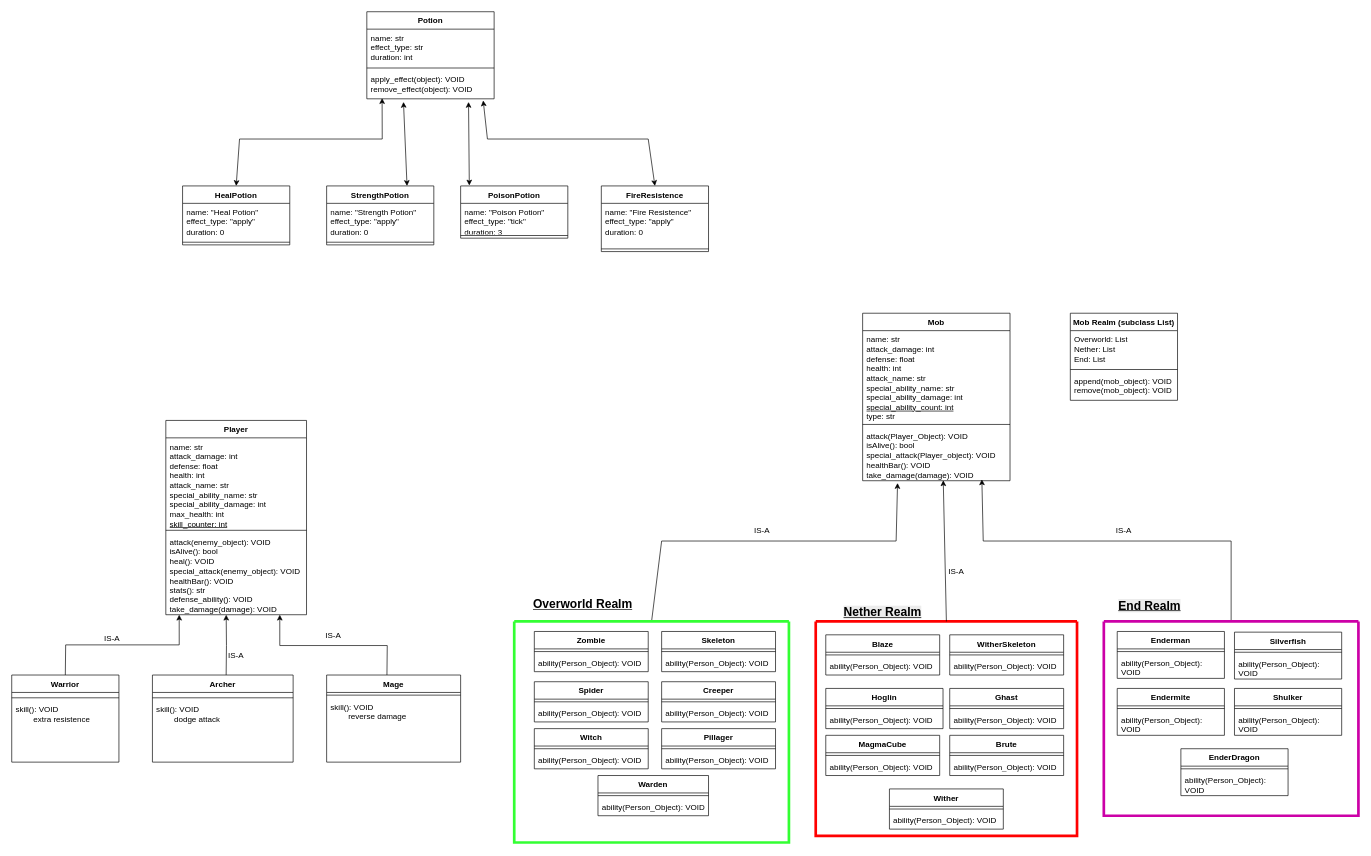
This is setup/MBS UML.drawio from KevinCaudell/Minecraft-Battle-Simulator, a draw.io file, before an edit. Source tidied: cells renumbered, new cells numbered last; positions are measured from the earlier drawing's top-left corner, leaving out a move shared by most shapes. Both pictures are drawn from the tidied source at 67%, with x=0, y=0 at pixel (11, 11).
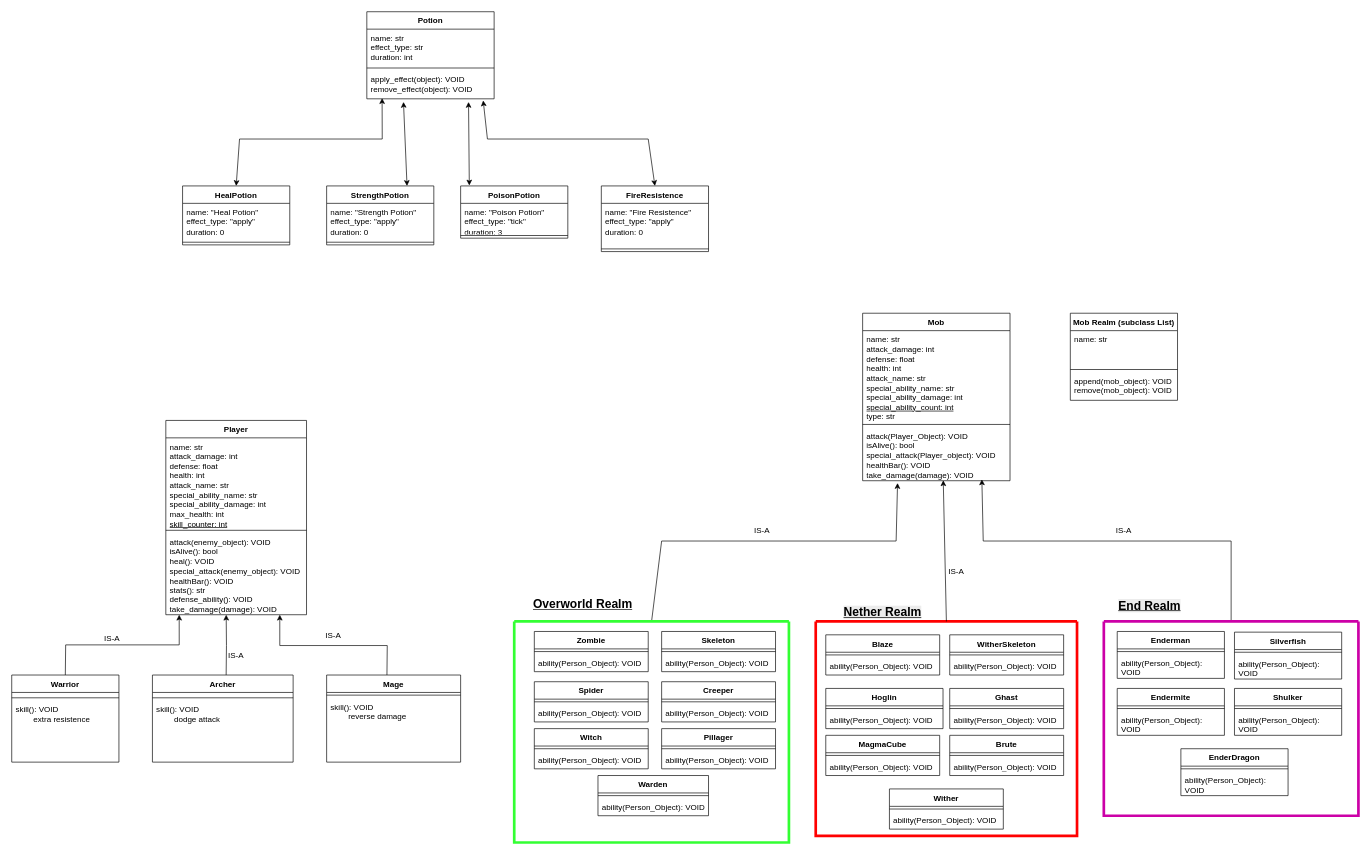
The same page after the edit.

Commit message:
Updated UML Diagram

Unchanged cells that the change refers to:
```xml
<mxCell id="47" value="Mob Realm (subclass List)" style="swimlane;fontStyle=1;align=center;verticalAlign=top;horizontal=1;startSize=26;whiteSpace=wrap;html=1;" parent="1" vertex="1">
  <mxGeometry x="1580" y="450" width="160" height="130" as="geometry" />
</mxCell>
```

Change to the diagram source:
```diff
@@
-    <mxCell id="48" value="Overworld: List&lt;div&gt;Nether: List&lt;/div&gt;&lt;div&gt;End: List&lt;/div&gt;" style="text;strokeColor=none;fillColor=none;align=left;verticalAlign=top;spacingLeft=4;spacingRight=4;overflow=hidden;whiteSpace=wrap;html=1;" parent="47" vertex="1">
+    <mxCell id="48" value="name: str" style="text;strokeColor=none;fillColor=none;align=left;verticalAlign=top;spacingLeft=4;spacingRight=4;overflow=hidden;whiteSpace=wrap;html=1;" parent="47" vertex="1">
       <mxGeometry y="26" width="160" height="54" as="geometry" />
     </mxCell>
```
